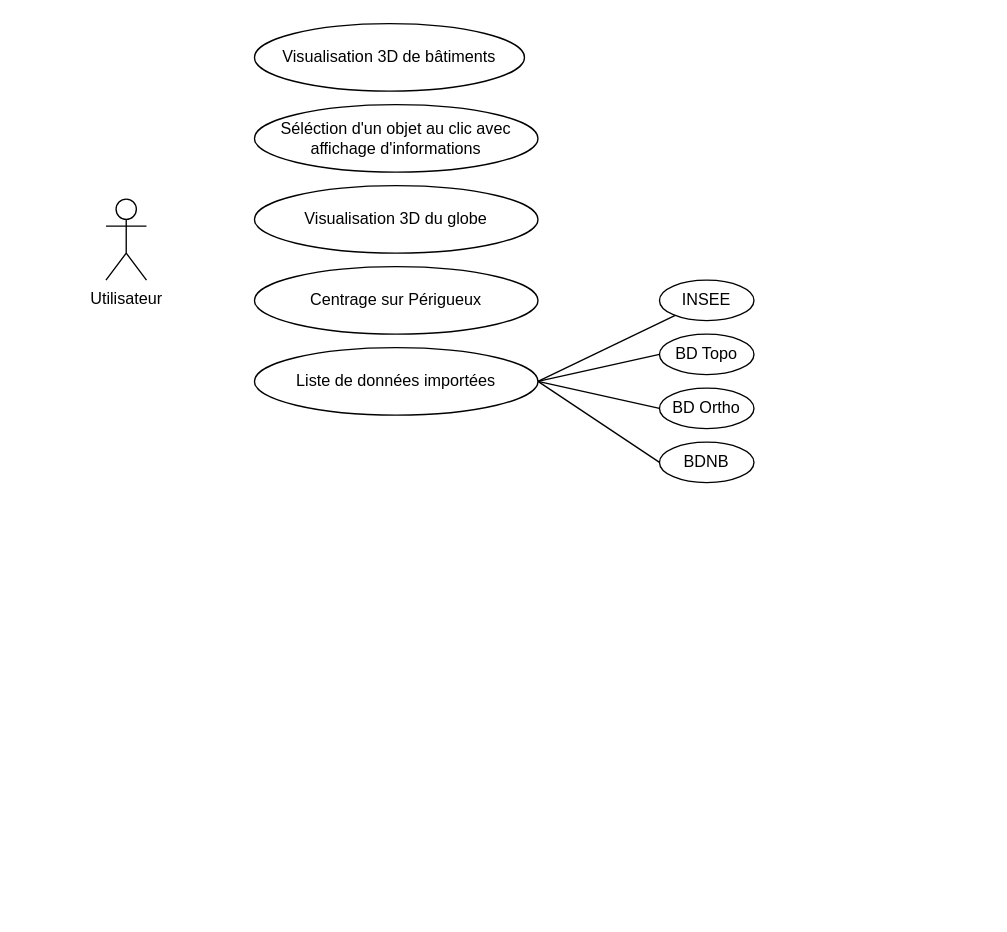
EnzoVenon/Gemini_numeriques keeps this draw.io diagram as Use_case.drawio. Above is the earlier version. Source tidied: cells renumbered, new cells numbered last; positions are measured from the earlier drawing's top-left corner, leaving out a move shared by most shapes. Both pictures are drawn from the tidied source at 135%, with x=0, y=0 at pixel (105, 23).
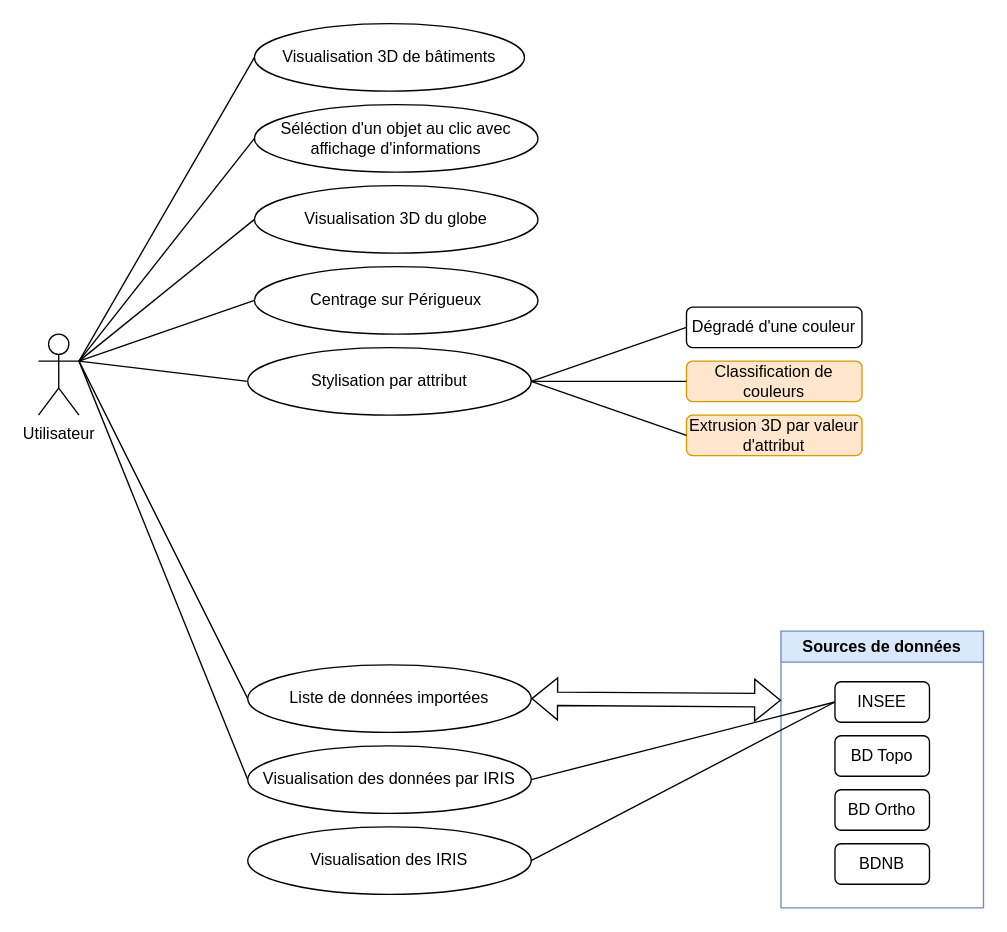
After the change.

Commit message:
ajout de fonctionnalités 2

The change refers to these unchanged cells:
```xml
<mxCell id="3" value="Visualisation 3D de bâtiments" style="ellipse;whiteSpace=wrap;html=1;" parent="1" vertex="1">
  <mxGeometry x="110" width="200" height="50" as="geometry" />
</mxCell>
<mxCell id="4" value="Séléction d'un objet au clic avec affichage d'informations" style="ellipse;whiteSpace=wrap;html=1;" parent="1" vertex="1">
  <mxGeometry x="110" y="60" width="210" height="50" as="geometry" />
</mxCell>
<mxCell id="5" value="Visualisation 3D du globe" style="ellipse;whiteSpace=wrap;html=1;" parent="1" vertex="1">
  <mxGeometry x="110" y="120" width="210" height="50" as="geometry" />
</mxCell>
<mxCell id="6" value="Centrage sur Périgueux" style="ellipse;whiteSpace=wrap;html=1;" parent="1" vertex="1">
  <mxGeometry x="110" y="180" width="210" height="50" as="geometry" />
</mxCell>
```

Diff of the diagram source:
```diff
@@
     <mxCell id="2" value="Utilisateur" style="shape=umlActor;verticalLabelPosition=bottom;verticalAlign=top;html=1;outlineConnect=0;" parent="1" vertex="1">
-      <mxGeometry y="130" width="30" height="60" as="geometry" />
+      <mxGeometry x="-50" y="230" width="30" height="60" as="geometry" />
     </mxCell>
@@
     <mxCell id="7" value="Liste de données importées " style="ellipse;whiteSpace=wrap;html=1;" parent="1" vertex="1">
-      <mxGeometry x="110" y="240" width="210" height="50" as="geometry" />
+      <mxGeometry x="105" y="475" width="210" height="50" as="geometry" />
     </mxCell>
+    <mxCell id="16" style="endArrow=none;html=1;rounded=0;entryX=0;entryY=0.5;entryDx=0;entryDy=0;exitX=1;exitY=0.3333333333333333;exitDx=0;exitDy=0;exitPerimeter=0;" parent="1" edge="1" source="2" target="3">
+      <mxGeometry relative="1" as="geometry" />
+    </mxCell>
+    <mxCell id="17" style="endArrow=none;html=1;rounded=0;entryX=0;entryY=0.5;entryDx=0;entryDy=0;exitX=1;exitY=0.3333333333333333;exitDx=0;exitDy=0;exitPerimeter=0;" parent="1" edge="1" source="2" target="4">
+      <mxGeometry relative="1" as="geometry" />
+    </mxCell>
+    <mxCell id="18" style="endArrow=none;html=1;rounded=0;entryX=0;entryY=0.5;entryDx=0;entryDy=0;exitX=1;exitY=0.3333333333333333;exitDx=0;exitDy=0;exitPerimeter=0;" parent="1" edge="1" source="2" target="5">
+      <mxGeometry relative="1" as="geometry" />
+    </mxCell>
+    <mxCell id="19" style="endArrow=none;html=1;rounded=0;entryX=0;entryY=0.5;entryDx=0;entryDy=0;exitX=1;exitY=0.3333333333333333;exitDx=0;exitDy=0;exitPerimeter=0;" parent="1" edge="1" source="2" target="6">
+      <mxGeometry relative="1" as="geometry" />
+    </mxCell>
+    <mxCell id="20" style="endArrow=none;html=1;rounded=0;entryX=0;entryY=0.5;entryDx=0;entryDy=0;exitX=1;exitY=0.3333333333333333;exitDx=0;exitDy=0;exitPerimeter=0;" parent="1" edge="1" source="2" target="7">
+      <mxGeometry relative="1" as="geometry" />
+    </mxCell>
+    <mxCell id="21" value="Visualisation des données par IRIS" style="ellipse;whiteSpace=wrap;html=1;" parent="1" vertex="1">
+      <mxGeometry x="105" y="535" width="210" height="50" as="geometry" />
+    </mxCell>
+    <mxCell id="22" style="endArrow=none;html=1;rounded=0;entryX=0;entryY=0.5;entryDx=0;entryDy=0;exitX=1;exitY=0.3333333333333333;exitDx=0;exitDy=0;exitPerimeter=0;" parent="1" edge="1" source="2" target="21">
+      <mxGeometry relative="1" as="geometry" />
+    </mxCell>
+    <mxCell id="23" value="Visualisation des IRIS" style="ellipse;whiteSpace=wrap;html=1;" parent="1" vertex="1">
+      <mxGeometry x="105" y="595" width="210" height="50" as="geometry" />
+    </mxCell>
+    <mxCell id="24" value="Stylisation par attribut " style="ellipse;whiteSpace=wrap;html=1;" parent="1" vertex="1">
+      <mxGeometry x="105" y="240" width="210" height="50" as="geometry" />
+    </mxCell>
+    <mxCell id="25" value="Sources de données" style="swimlane;whiteSpace=wrap;html=1;fillColor=#dae8fc;strokeColor=#6c8ebf;" parent="1" vertex="1">
+      <mxGeometry x="500" y="450" width="150" height="205" as="geometry" />
+    </mxCell>
-    <mxCell id="8" value="INSEE" style="ellipse;whiteSpace=wrap;html=1;" parent="1" vertex="1">
-      <mxGeometry x="410" y="190" width="70" height="30" as="geometry" />
+    <mxCell id="8" value="INSEE" style="rounded=1;whiteSpace=wrap;html=1;" parent="25" vertex="1">
+      <mxGeometry x="40" y="37.5" width="70" height="30" as="geometry" />
     </mxCell>
-    <mxCell id="9" value="BD Topo" style="ellipse;whiteSpace=wrap;html=1;" parent="1" vertex="1">
-      <mxGeometry x="410" y="230" width="70" height="30" as="geometry" />
+    <mxCell id="9" value="BD Topo" style="rounded=1;whiteSpace=wrap;html=1;" parent="25" vertex="1">
+      <mxGeometry x="40" y="77.5" width="70" height="30" as="geometry" />
     </mxCell>
-    <mxCell id="10" value="BD Ortho" style="ellipse;whiteSpace=wrap;html=1;" parent="1" vertex="1">
-      <mxGeometry x="410" y="270" width="70" height="30" as="geometry" />
+    <mxCell id="10" value="BD Ortho" style="rounded=1;whiteSpace=wrap;html=1;" parent="25" vertex="1">
+      <mxGeometry x="40" y="117.5" width="70" height="30" as="geometry" />
     </mxCell>
-    <mxCell id="11" value="BDNB" style="ellipse;whiteSpace=wrap;html=1;" parent="1" vertex="1">
-      <mxGeometry x="410" y="310" width="70" height="30" as="geometry" />
+    <mxCell id="11" value="BDNB" style="rounded=1;whiteSpace=wrap;html=1;" parent="25" vertex="1">
+      <mxGeometry x="40" y="157.5" width="70" height="30" as="geometry" />
     </mxCell>
-    <mxCell id="12" style="endArrow=none;html=1;rounded=0;exitX=1;exitY=0.5;exitDx=0;exitDy=0;" parent="1" edge="1" source="7" target="8">
-      <mxGeometry relative="1" as="geometry" />
-    </mxCell>
-    <mxCell id="13" style="endArrow=none;html=1;rounded=0;entryX=0;entryY=0.5;entryDx=0;entryDy=0;exitX=1;exitY=0.5;exitDx=0;exitDy=0;" parent="1" edge="1" source="7" target="9">
-      <mxGeometry relative="1" as="geometry" />
-    </mxCell>
-    <mxCell id="14" style="endArrow=none;html=1;rounded=0;entryX=0;entryY=0.5;entryDx=0;entryDy=0;exitX=1;exitY=0.5;exitDx=0;exitDy=0;" parent="1" edge="1" source="7" target="10">
-      <mxGeometry relative="1" as="geometry" />
-    </mxCell>
-    <mxCell id="15" style="endArrow=none;html=1;rounded=0;entryX=0;entryY=0.5;entryDx=0;entryDy=0;exitX=1;exitY=0.5;exitDx=0;exitDy=0;" parent="1" edge="1" source="7" target="11">
-      <mxGeometry relative="1" as="geometry" />
-    </mxCell>
+    <mxCell id="26" style="endArrow=none;html=1;rounded=0;entryX=0;entryY=0.5;entryDx=0;entryDy=0;exitX=1;exitY=0.5;exitDx=0;exitDy=0;" parent="1" edge="1" source="21" target="8">
+      <mxGeometry relative="1" as="geometry" />
+    </mxCell>
+    <mxCell id="27" style="shape=flexArrow;endArrow=classic;startArrow=classic;html=1;rounded=0;entryX=0;entryY=0.25;entryDx=0;entryDy=0;exitX=1;exitY=0.5;exitDx=0;exitDy=0;" parent="1" edge="1" source="7" target="25">
+      <mxGeometry relative="1" as="geometry" />
+    </mxCell>
+    <mxCell id="28" style="endArrow=none;html=1;rounded=0;entryX=0;entryY=0.5;entryDx=0;entryDy=0;exitX=1;exitY=0.5;exitDx=0;exitDy=0;" parent="1" edge="1" source="23" target="8">
+      <mxGeometry relative="1" as="geometry" />
+    </mxCell>
+    <mxCell id="29" value="Dégradé d'une couleur" style="rounded=1;whiteSpace=wrap;html=1;" parent="1" vertex="1">
+      <mxGeometry x="430" y="210" width="130" height="30" as="geometry" />
+    </mxCell>
+    <mxCell id="30" value="Classification de couleurs" style="rounded=1;whiteSpace=wrap;html=1;fillColor=#ffe6cc;strokeColor=#d79b00;" parent="1" vertex="1">
+      <mxGeometry x="430" y="250" width="130" height="30" as="geometry" />
+    </mxCell>
+    <mxCell id="31" style="endArrow=none;html=1;rounded=0;entryX=0;entryY=0.5;entryDx=0;entryDy=0;exitX=1;exitY=0.5;exitDx=0;exitDy=0;" parent="1" edge="1" source="24" target="29">
+      <mxGeometry relative="1" as="geometry" />
+    </mxCell>
+    <mxCell id="32" style="endArrow=none;html=1;rounded=0;entryX=0;entryY=0.5;entryDx=0;entryDy=0;exitX=1;exitY=0.5;exitDx=0;exitDy=0;" parent="1" edge="1" source="24" target="30">
+      <mxGeometry relative="1" as="geometry" />
+    </mxCell>
+    <mxCell id="33" value="Extrusion 3D par valeur d'attribut " style="rounded=1;whiteSpace=wrap;html=1;fillColor=#ffe6cc;strokeColor=#d79b00;" parent="1" vertex="1">
+      <mxGeometry x="430" y="290" width="130" height="30" as="geometry" />
+    </mxCell>
+    <mxCell id="34" style="endArrow=none;html=1;rounded=0;entryX=0;entryY=0.5;entryDx=0;entryDy=0;exitX=1;exitY=0.5;exitDx=0;exitDy=0;" parent="1" edge="1" source="24" target="33">
+      <mxGeometry relative="1" as="geometry" />
+    </mxCell>
+    <mxCell id="35" style="endArrow=none;html=1;rounded=0;entryX=0;entryY=0.5;entryDx=0;entryDy=0;exitX=1;exitY=0.3333333333333333;exitDx=0;exitDy=0;exitPerimeter=0;" parent="1" edge="1" source="2" target="24">
+      <mxGeometry relative="1" as="geometry" />
+    </mxCell>
```
